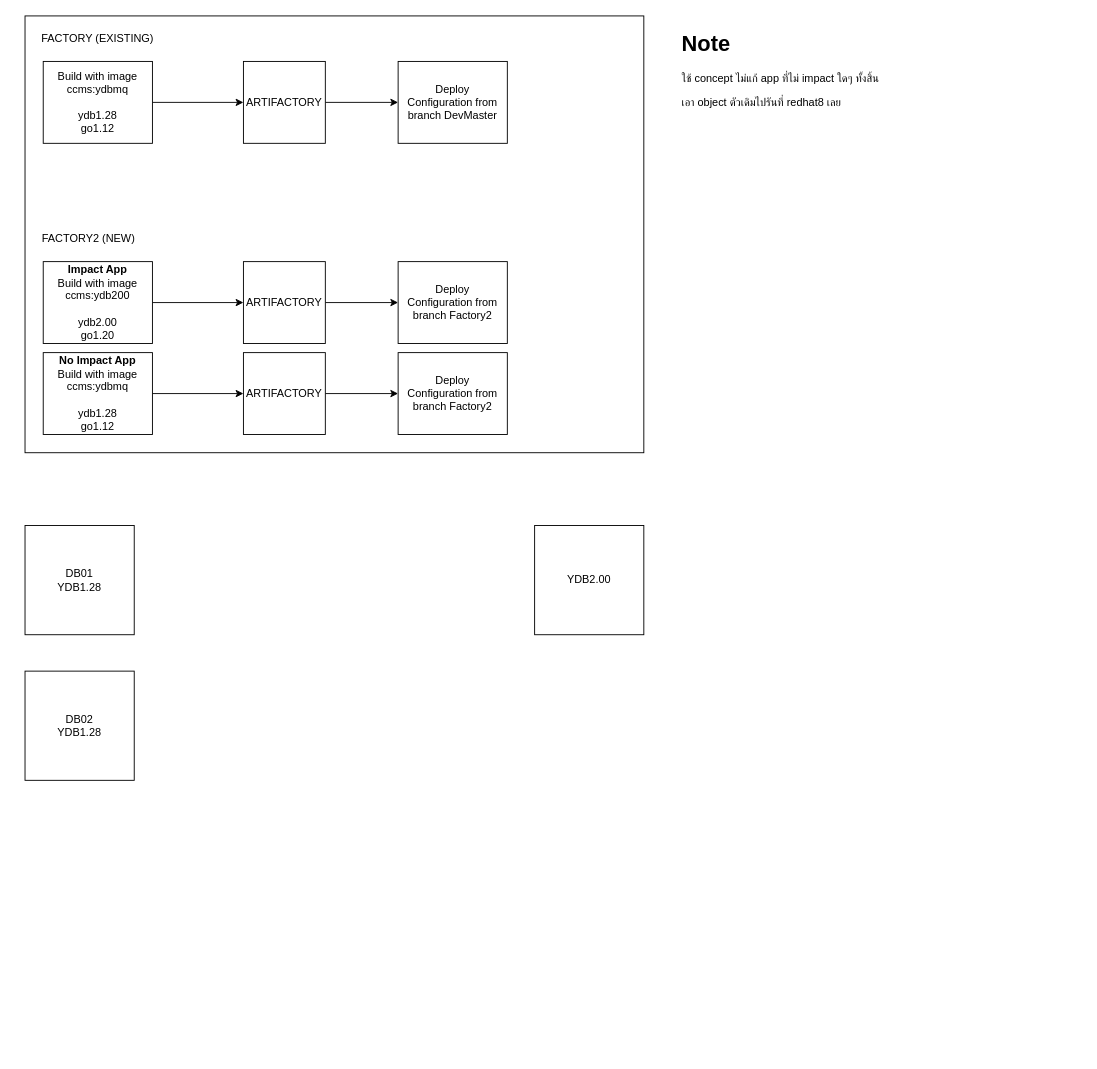
chawaratr/drawio keeps this draw.io diagram as page "EOS LINUX" (3 of 4) of CCMS_Project.drawio. Above is the earlier version. Source tidied: cells renumbered, new cells numbered last; positions are measured from the earlier drawing's top-left corner, leaving out a move shared by most shapes. Both pictures are drawn from the tidied source at 91%, with x=0, y=0 at pixel (25, 15).
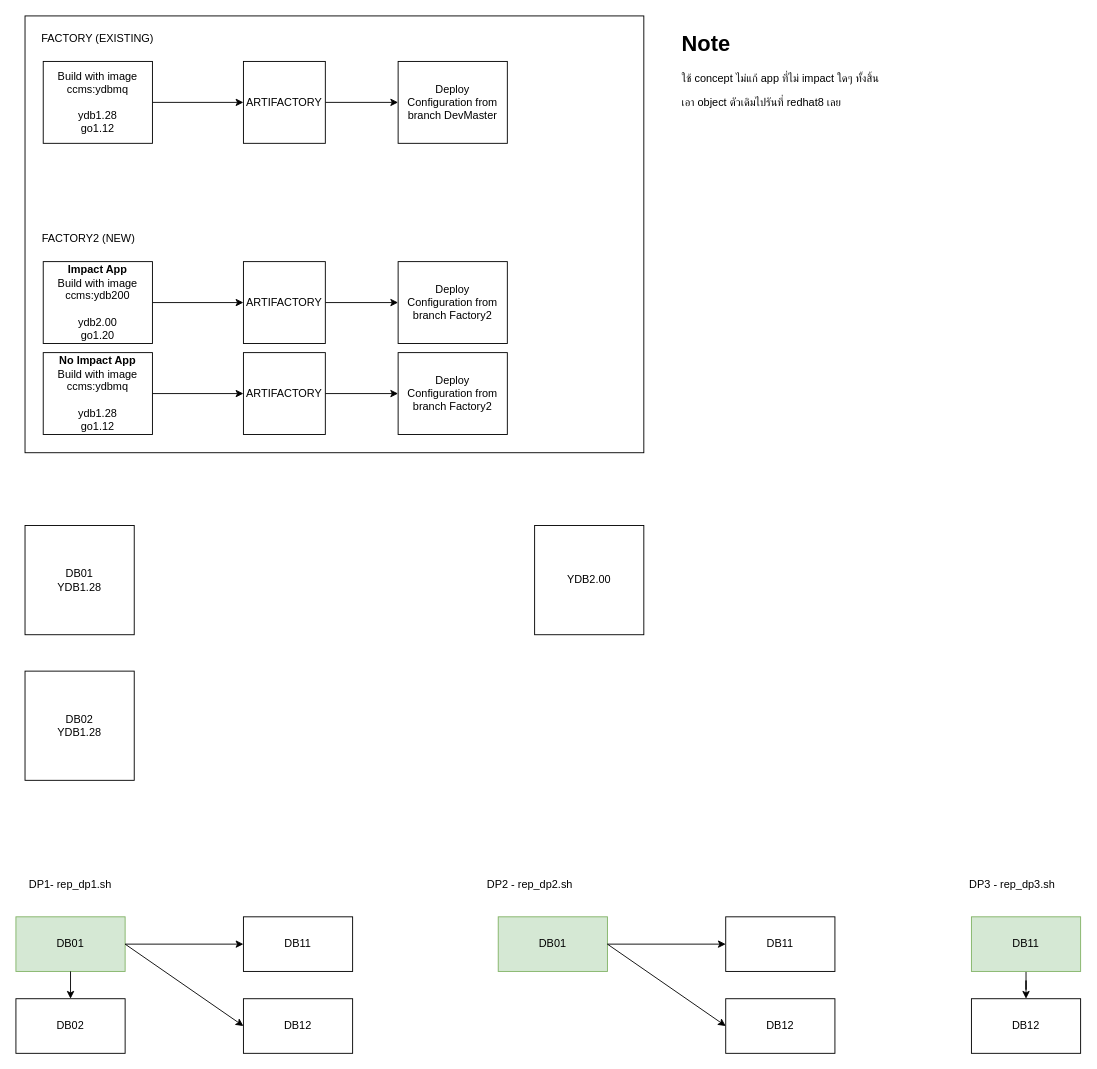
After the change.

Change to the diagram source:
```diff
@@
+    <mxCell id="24" value="DB01" style="rounded=0;whiteSpace=wrap;html=1;fillColor=#d5e8d4;strokeColor=#82b366;" parent="1" vertex="1">
+      <mxGeometry x="-10" y="990" width="120" height="60" as="geometry" />
+    </mxCell>
+    <mxCell id="25" value="DB02" style="rounded=0;whiteSpace=wrap;html=1;" parent="1" vertex="1">
+      <mxGeometry x="-10" y="1080" width="120" height="60" as="geometry" />
+    </mxCell>
+    <mxCell id="26" value="DB11" style="rounded=0;whiteSpace=wrap;html=1;" parent="1" vertex="1">
+      <mxGeometry x="240" y="990" width="120" height="60" as="geometry" />
+    </mxCell>
+    <mxCell id="27" value="DB12" style="rounded=0;whiteSpace=wrap;html=1;" parent="1" vertex="1">
+      <mxGeometry x="240" y="1080" width="120" height="60" as="geometry" />
+    </mxCell>
+    <mxCell id="28" style="endArrow=classic;html=1;rounded=0;entryX=0;entryY=0.5;entryDx=0;entryDy=0;" parent="1" edge="1" target="26">
+      <mxGeometry relative="1" as="geometry">
+        <mxPoint x="110" y="1020" as="sourcePoint" />
+      </mxGeometry>
+    </mxCell>
+    <mxCell id="29" style="endArrow=classic;html=1;rounded=0;exitX=1;exitY=0.5;exitDx=0;exitDy=0;entryX=0;entryY=0.5;entryDx=0;entryDy=0;" parent="1" edge="1" source="24" target="27">
+      <mxGeometry relative="1" as="geometry" />
+    </mxCell>
+    <mxCell id="30" style="endArrow=classic;html=1;rounded=0;exitX=0.5;exitY=1;exitDx=0;exitDy=0;entryX=0.5;entryY=0;entryDx=0;entryDy=0;" parent="1" edge="1" source="24" target="25">
+      <mxGeometry relative="1" as="geometry" />
+    </mxCell>
+    <mxCell id="31" value="DB01" style="rounded=0;whiteSpace=wrap;html=1;fillColor=#d5e8d4;strokeColor=#82b366;" parent="1" vertex="1">
+      <mxGeometry x="520" y="990" width="120" height="60" as="geometry" />
+    </mxCell>
+    <mxCell id="32" value="DB11" style="rounded=0;whiteSpace=wrap;html=1;" parent="1" vertex="1">
+      <mxGeometry x="770" y="990" width="120" height="60" as="geometry" />
+    </mxCell>
+    <mxCell id="33" value="DB12" style="rounded=0;whiteSpace=wrap;html=1;" parent="1" vertex="1">
+      <mxGeometry x="770" y="1080" width="120" height="60" as="geometry" />
+    </mxCell>
+    <mxCell id="34" style="endArrow=classic;html=1;rounded=0;entryX=0;entryY=0.5;entryDx=0;entryDy=0;" parent="1" edge="1" target="32">
+      <mxGeometry relative="1" as="geometry">
+        <mxPoint x="640" y="1020" as="sourcePoint" />
+      </mxGeometry>
+    </mxCell>
+    <mxCell id="35" style="endArrow=classic;html=1;rounded=0;exitX=1;exitY=0.5;exitDx=0;exitDy=0;entryX=0;entryY=0.5;entryDx=0;entryDy=0;" parent="1" edge="1" source="31" target="33">
+      <mxGeometry relative="1" as="geometry" />
+    </mxCell>
+    <mxCell id="36" value="DP1- rep_dp1.sh" style="text;html=1;align=center;verticalAlign=middle;whiteSpace=wrap;rounded=0;" parent="1" vertex="1">
+      <mxGeometry x="-10" y="940" width="120" height="30" as="geometry" />
+    </mxCell>
+    <mxCell id="37" value="DP2 - rep_dp2.sh" style="text;html=1;align=center;verticalAlign=middle;whiteSpace=wrap;rounded=0;" parent="1" vertex="1">
+      <mxGeometry x="500" y="940" width="110" height="30" as="geometry" />
+    </mxCell>
+    <mxCell id="38" style="edgeStyle=orthogonalEdgeStyle;rounded=0;jettySize=auto;html=1;" parent="1" edge="1" source="39" target="40">
+      <mxGeometry relative="1" as="geometry" />
+    </mxCell>
+    <mxCell id="39" value="DB11" style="rounded=0;whiteSpace=wrap;html=1;fillColor=#d5e8d4;strokeColor=#82b366;" parent="1" vertex="1">
+      <mxGeometry x="1040" y="990" width="120" height="60" as="geometry" />
+    </mxCell>
+    <mxCell id="40" value="DB12" style="rounded=0;whiteSpace=wrap;html=1;" parent="1" vertex="1">
+      <mxGeometry x="1040" y="1080" width="120" height="60" as="geometry" />
+    </mxCell>
+    <mxCell id="41" value="DP3 - rep_dp3.sh" style="text;html=1;align=center;verticalAlign=middle;whiteSpace=wrap;rounded=0;" parent="1" vertex="1">
+      <mxGeometry x="1030" y="940" width="110" height="30" as="geometry" />
+    </mxCell>
```
